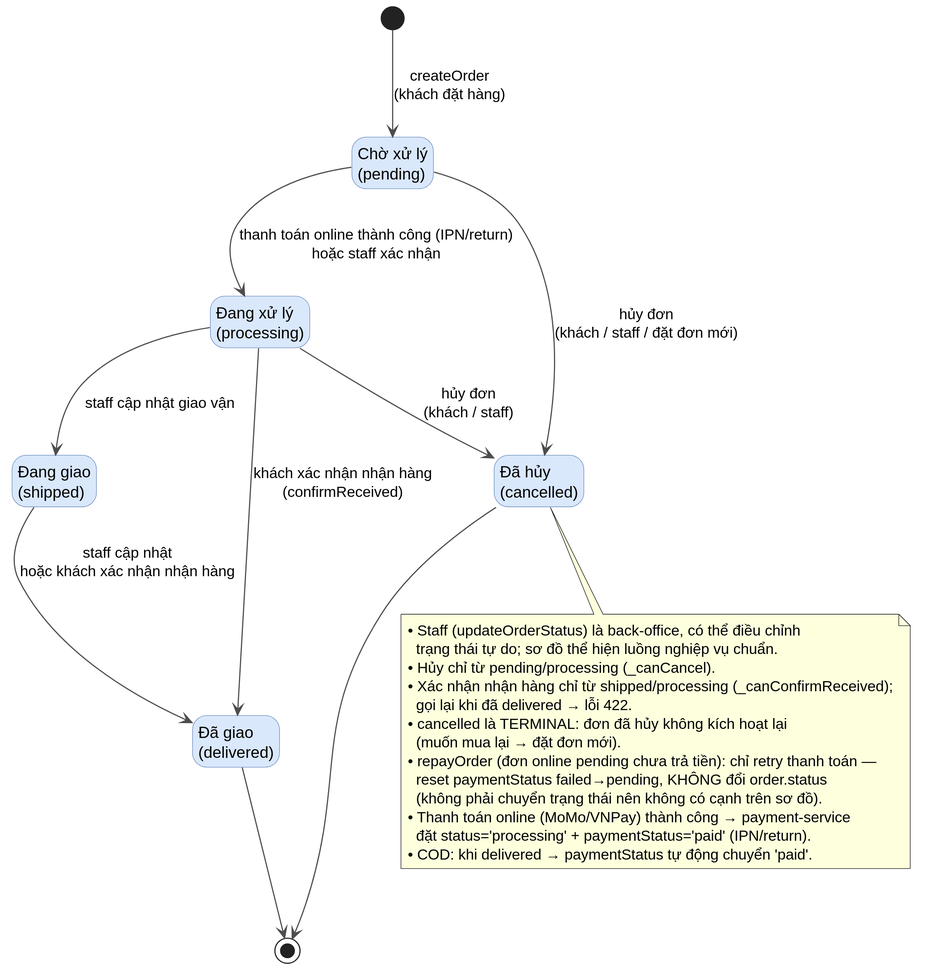
Before: diagrams/state/state-01-order.svg, a diagram exported from PlantUML (MinhThang1009/E-commerce-website). Source of this version:
```plantuml
@startuml
hide empty description
skinparam dpi 300
skinparam backgroundColor #FFFFFF
skinparam shadowing false
skinparam state {
  BackgroundColor #DAE8FC
  BorderColor #6C8EBF
  FontColor #000000
  ArrowColor #4D4D4D
}

[*] --> pending : createOrder\n(khách đặt hàng)

state "Chờ xử lý\n(pending)" as pending
state "Đang xử lý\n(processing)" as processing
state "Đang giao\n(shipped)" as shipped
state "Đã giao\n(delivered)" as delivered
state "Đã hủy\n(cancelled)" as cancelled

pending    --> processing : thanh toán online thành công (IPN/return)\nhoặc staff xác nhận
processing --> shipped    : staff cập nhật giao vận
shipped    --> delivered  : staff cập nhật\nhoặc khách xác nhận nhận hàng
processing --> delivered  : khách xác nhận nhận hàng\n(confirmReceived)

pending    --> cancelled : hủy đơn\n(khách / staff / đặt đơn mới)
processing --> cancelled : hủy đơn\n(khách / staff)

delivered --> [*]
cancelled --> [*]

note bottom
  • Staff (updateOrderStatus) là back-office, có thể điều chỉnh
    trạng thái tự do; sơ đồ thể hiện luồng nghiệp vụ chuẩn.
  • Hủy chỉ từ pending/processing (_canCancel).
  • Xác nhận nhận hàng chỉ từ shipped/processing (_canConfirmReceived);
    gọi lại khi đã delivered → lỗi 422.
  • cancelled là TERMINAL: đơn đã hủy không kích hoạt lại
    (muốn mua lại → đặt đơn mới).
  • repayOrder (đơn online pending chưa trả tiền): chỉ retry thanh toán —
    reset paymentStatus failed→pending, KHÔNG đổi order.status
    (không phải chuyển trạng thái nên không có cạnh trên sơ đồ).
  • Thanh toán online (MoMo/VNPay) thành công → payment-service
    đặt status='processing' + paymentStatus='paid' (IPN/return).
  • COD: khi delivered → paymentStatus tự động chuyển 'paid'.
end note
@enduml
```
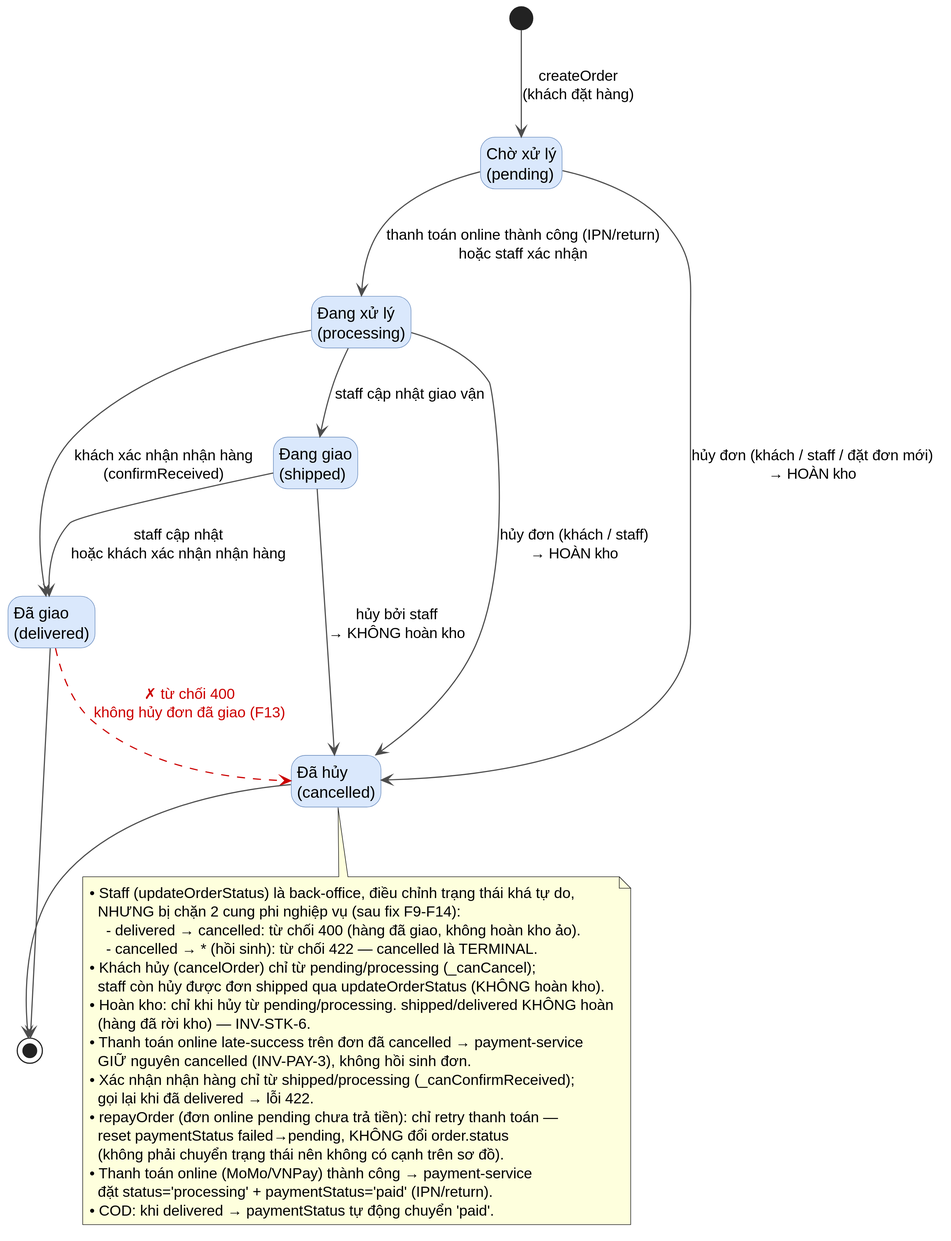
After the commit.

Commit message:
docs(diagram): vẽ lại + ký GATE-D state-01-order, uc-02, uc-03

The edit, as a diff of the source:
```diff
@@ -23,20 +23,28 @@
 shipped    --> delivered  : staff cập nhật\nhoặc khách xác nhận nhận hàng
 processing --> delivered  : khách xác nhận nhận hàng\n(confirmReceived)
 
-pending    --> cancelled : hủy đơn\n(khách / staff / đặt đơn mới)
-processing --> cancelled : hủy đơn\n(khách / staff)
+pending    --> cancelled : hủy đơn (khách / staff / đặt đơn mới)\n→ HOÀN kho
+processing --> cancelled : hủy đơn (khách / staff)\n→ HOÀN kho
+shipped    --> cancelled : hủy bởi staff\n→ KHÔNG hoàn kho
+
+delivered -[#CC0000,dashed]-> cancelled : <color:#CC0000>✗ từ chối 400</color>\n<color:#CC0000>không hủy đơn đã giao (F13)</color>
 
 delivered --> [*]
 cancelled --> [*]
 
 note bottom
-  • Staff (updateOrderStatus) là back-office, có thể điều chỉnh
-    trạng thái tự do; sơ đồ thể hiện luồng nghiệp vụ chuẩn.
-  • Hủy chỉ từ pending/processing (_canCancel).
+  • Staff (updateOrderStatus) là back-office, điều chỉnh trạng thái khá tự do,
+    NHƯNG bị chặn 2 cung phi nghiệp vụ (sau fix F9-F14):
+      - delivered → cancelled: từ chối 400 (hàng đã giao, không hoàn kho ảo).
+      - cancelled → * (hồi sinh): từ chối 422 — cancelled là TERMINAL.
+  • Khách hủy (cancelOrder) chỉ từ pending/processing (_canCancel);
+    staff còn hủy được đơn shipped qua updateOrderStatus (KHÔNG hoàn kho).
+  • Hoàn kho: chỉ khi hủy từ pending/processing. shipped/delivered KHÔNG hoàn
+    (hàng đã rời kho) — INV-STK-6.
+  • Thanh toán online late-success trên đơn đã cancelled → payment-service
+    GIỮ nguyên cancelled (INV-PAY-3), không hồi sinh đơn.
   • Xác nhận nhận hàng chỉ từ shipped/processing (_canConfirmReceived);
     gọi lại khi đã delivered → lỗi 422.
-  • cancelled là TERMINAL: đơn đã hủy không kích hoạt lại
-    (muốn mua lại → đặt đơn mới).
   • repayOrder (đơn online pending chưa trả tiền): chỉ retry thanh toán —
     reset paymentStatus failed→pending, KHÔNG đổi order.status
     (không phải chuyển trạng thái nên không có cạnh trên sơ đồ).
```
